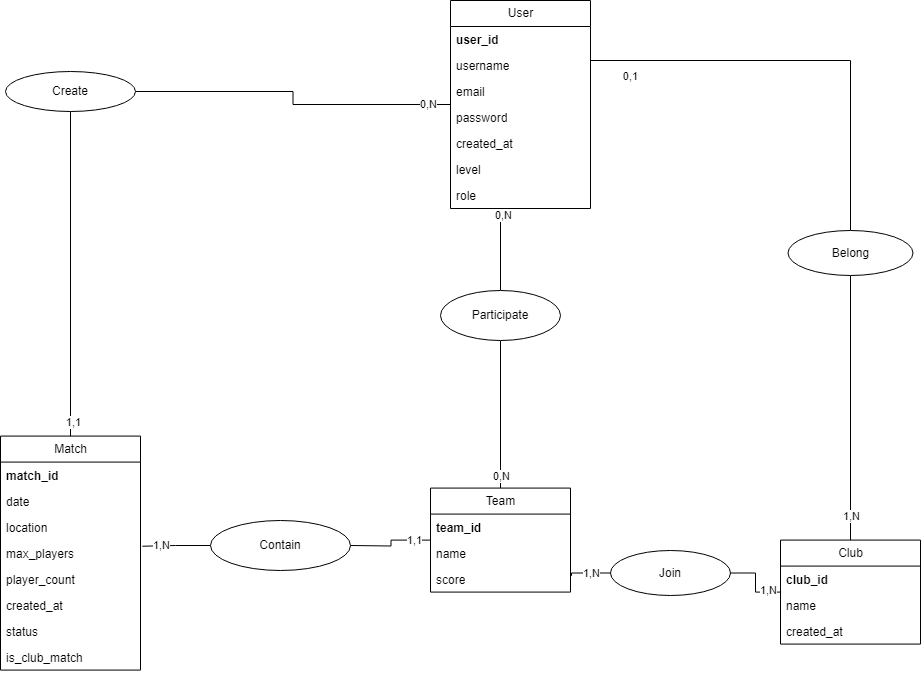
The draw.io diagram MCD.drawio.png in Mathistrg/Styx, before a commit. Source tidied: cells renumbered, new cells last; positions are measured from the earlier drawing's top-left corner, leaving out a move shared by most shapes.
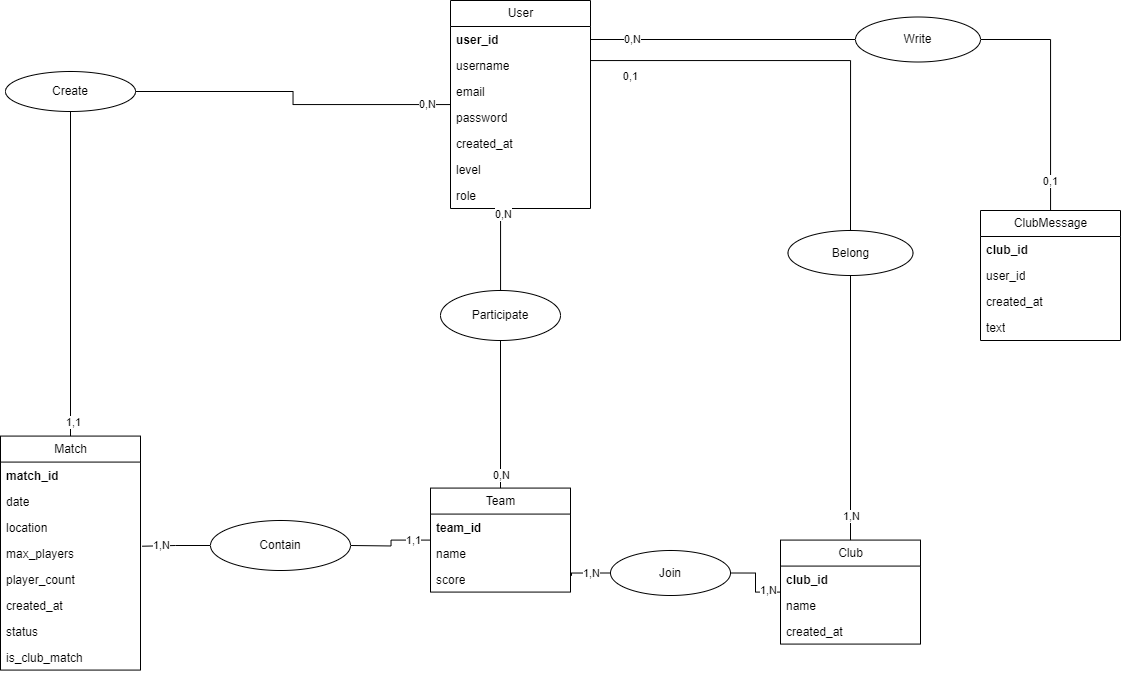
The same diagram one commit later.

Commit message:
Mettre à jour MCD.drawio.png

Diff of the diagram source:
```diff
@@ -177,5 +177,39 @@
     <mxCell id="51" value="Create" style="ellipse;whiteSpace=wrap;html=1;" parent="1" vertex="1">
       <mxGeometry x="5" y="71" width="130" height="40" as="geometry" />
     </mxCell>
+    <mxCell id="52" value="ClubMessage" style="swimlane;fontStyle=0;horizontal=1;startSize=26;fillColor=none;html=1;" parent="1" vertex="1">
+      <mxGeometry x="980" y="210" width="140" height="130" as="geometry" />
+    </mxCell>
+    <mxCell id="53" value="&lt;b&gt;club_id&lt;/b&gt;" style="text;strokeColor=none;fillColor=none;align=left;verticalAlign=top;spacingLeft=4;spacingRight=4;overflow=hidden;whiteSpace=wrap;html=1;" parent="52" vertex="1">
+      <mxGeometry y="26" width="140" height="26" as="geometry" />
+    </mxCell>
+    <mxCell id="54" value="user_id" style="text;strokeColor=none;fillColor=none;align=left;verticalAlign=top;spacingLeft=4;spacingRight=4;overflow=hidden;whiteSpace=wrap;html=1;" parent="52" vertex="1">
+      <mxGeometry y="52" width="140" height="26" as="geometry" />
+    </mxCell>
+    <mxCell id="55" value="created_at" style="text;strokeColor=none;fillColor=none;align=left;verticalAlign=top;spacingLeft=4;spacingRight=4;overflow=hidden;whiteSpace=wrap;html=1;" parent="52" vertex="1">
+      <mxGeometry y="78" width="140" height="26" as="geometry" />
+    </mxCell>
+    <mxCell id="56" value="text" style="text;strokeColor=none;fillColor=none;align=left;verticalAlign=top;spacingLeft=4;spacingRight=4;overflow=hidden;whiteSpace=wrap;html=1;" parent="52" vertex="1">
+      <mxGeometry y="104" width="140" height="26" as="geometry" />
+    </mxCell>
+    <mxCell id="57" style="edgeStyle=orthogonalEdgeStyle;rounded=0;jettySize=auto;html=1;endArrow=none;startFill=0;" parent="1" edge="1" source="61" target="52">
+      <mxGeometry relative="1" as="geometry">
+        <Array as="points">
+          <mxPoint x="1050" y="39" />
+        </Array>
+      </mxGeometry>
+    </mxCell>
+    <mxCell id="58" value="0,1" style="edgeLabel;html=1;align=center;verticalAlign=middle;" parent="57" vertex="1">
+      <mxGeometry x="0.76" y="-1" relative="1" as="geometry" />
+    </mxCell>
+    <mxCell id="59" style="edgeStyle=orthogonalEdgeStyle;rounded=0;jettySize=auto;html=1;endArrow=none;startFill=0;" parent="1" edge="1" source="5" target="61">
+      <mxGeometry relative="1" as="geometry" />
+    </mxCell>
+    <mxCell id="60" value="0,N" style="edgeLabel;html=1;align=center;verticalAlign=middle;" parent="59" vertex="1">
+      <mxGeometry x="-0.69" y="1" relative="1" as="geometry" />
+    </mxCell>
+    <mxCell id="61" value="Write" style="ellipse;whiteSpace=wrap;html=1;" parent="1" vertex="1">
+      <mxGeometry x="855" y="16.5" width="125" height="45" as="geometry" />
+    </mxCell>
   </root>
 </mxGraphModel>
```
